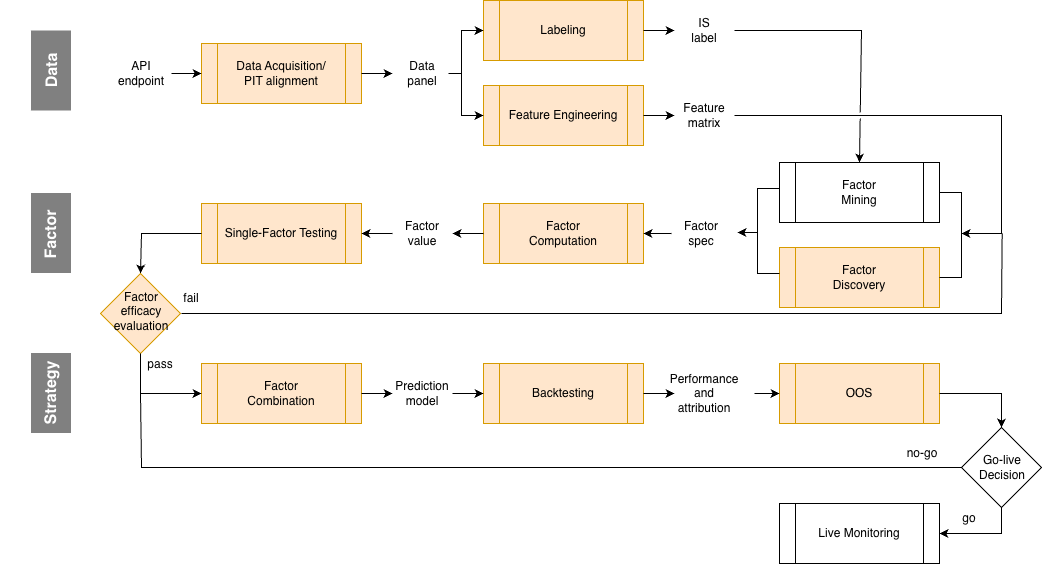
willie8432/Quantitative-Factor-Research keeps this draw.io diagram as tw-5-factor-lab/img/tw-5-factor-lab.png. Above is the earlier version. Source tidied: cells renumbered, new cells last; positions are measured from the earlier drawing's top-left corner, leaving out a move shared by most shapes. Source of this version:
```xml
<mxGraphModel>
  <root>
    <mxCell id="0" />
    <mxCell id="1" parent="0" />
    <mxCell id="2" value="Data Acquisition/&lt;div&gt;PIT alignment&lt;/div&gt;" style="shape=process;whiteSpace=wrap;html=1;backgroundOutline=1;fillColor=#ffe6cc;strokeColor=#d79b00;" parent="1" vertex="1">
      <mxGeometry x="201" y="43" width="160" height="60" as="geometry" />
    </mxCell>
    <mxCell id="3" value="API endpoint" style="text;html=1;whiteSpace=wrap;strokeColor=none;fillColor=none;align=center;verticalAlign=middle;rounded=0;" parent="1" vertex="1">
      <mxGeometry x="111" y="58" width="60" height="30" as="geometry" />
    </mxCell>
    <mxCell id="4" style="endArrow=classic;html=1;rounded=0;exitX=1;exitY=0.5;exitDx=0;exitDy=0;entryX=0;entryY=0.5;entryDx=0;entryDy=0;" parent="1" edge="1" source="3" target="2">
      <mxGeometry relative="1" as="geometry" />
    </mxCell>
    <mxCell id="5" value="Data panel" style="text;html=1;whiteSpace=wrap;strokeColor=none;fillColor=none;align=center;verticalAlign=middle;rounded=0;" parent="1" vertex="1">
      <mxGeometry x="392" y="58" width="60" height="30" as="geometry" />
    </mxCell>
    <mxCell id="6" style="endArrow=classic;html=1;rounded=0;exitX=1;exitY=0.5;exitDx=0;exitDy=0;entryX=0;entryY=0.5;entryDx=0;entryDy=0;" parent="1" edge="1" source="2" target="5">
      <mxGeometry relative="1" as="geometry" />
    </mxCell>
    <mxCell id="7" value="Feature Engineering" style="shape=process;whiteSpace=wrap;html=1;backgroundOutline=1;fillColor=#ffe6cc;strokeColor=#d79b00;" parent="1" vertex="1">
      <mxGeometry x="483" y="85" width="160" height="60" as="geometry" />
    </mxCell>
    <mxCell id="8" value="Feature matrix" style="text;html=1;whiteSpace=wrap;strokeColor=none;fillColor=none;align=center;verticalAlign=middle;rounded=0;" parent="1" vertex="1">
      <mxGeometry x="674" y="100" width="60" height="30" as="geometry" />
    </mxCell>
    <mxCell id="9" style="endArrow=classic;html=1;rounded=0;exitX=1;exitY=0.5;exitDx=0;exitDy=0;entryX=0;entryY=0.5;entryDx=0;entryDy=0;" parent="1" edge="1" source="7" target="8">
      <mxGeometry relative="1" as="geometry" />
    </mxCell>
    <mxCell id="10" value="Factor spec" style="text;html=1;whiteSpace=wrap;strokeColor=none;fillColor=none;align=center;verticalAlign=middle;rounded=0;" parent="1" vertex="1">
      <mxGeometry x="671" y="218" width="60" height="30" as="geometry" />
    </mxCell>
    <mxCell id="11" value="Factor&lt;div&gt;Computation&lt;/div&gt;" style="shape=process;whiteSpace=wrap;html=1;backgroundOutline=1;fillColor=#ffe6cc;strokeColor=#d79b00;" parent="1" vertex="1">
      <mxGeometry x="483" y="203" width="160" height="60" as="geometry" />
    </mxCell>
    <mxCell id="12" value="Factor&lt;div&gt;&lt;span style=&quot;background-color: transparent; color: light-dark(rgb(0, 0, 0), rgb(255, 255, 255));&quot;&gt;Combination&lt;/span&gt;&lt;/div&gt;" style="shape=process;whiteSpace=wrap;html=1;backgroundOutline=1;fillColor=#ffe6cc;strokeColor=#d79b00;" parent="1" vertex="1">
      <mxGeometry x="201" y="363" width="160" height="60" as="geometry" />
    </mxCell>
    <mxCell id="13" value="Prediction&lt;div&gt;model&lt;/div&gt;" style="text;html=1;whiteSpace=wrap;strokeColor=none;fillColor=none;align=center;verticalAlign=middle;rounded=0;" parent="1" vertex="1">
      <mxGeometry x="392" y="378" width="60" height="30" as="geometry" />
    </mxCell>
    <mxCell id="14" style="endArrow=classic;html=1;rounded=0;exitX=1;exitY=0.5;exitDx=0;exitDy=0;entryX=0;entryY=0.5;entryDx=0;entryDy=0;" parent="1" edge="1" source="12" target="13">
      <mxGeometry relative="1" as="geometry" />
    </mxCell>
    <mxCell id="15" value="Backtesting" style="shape=process;whiteSpace=wrap;html=1;backgroundOutline=1;fillColor=#ffe6cc;strokeColor=#d79b00;" parent="1" vertex="1">
      <mxGeometry x="483" y="363" width="160" height="60" as="geometry" />
    </mxCell>
    <mxCell id="16" style="endArrow=classic;html=1;rounded=0;exitX=1;exitY=0.5;exitDx=0;exitDy=0;entryX=0;entryY=0.5;entryDx=0;entryDy=0;" parent="1" edge="1" source="13" target="15">
      <mxGeometry relative="1" as="geometry" />
    </mxCell>
    <mxCell id="17" value="Performance and attribution" style="text;html=1;whiteSpace=wrap;strokeColor=none;fillColor=none;align=center;verticalAlign=middle;rounded=0;" parent="1" vertex="1">
      <mxGeometry x="674" y="378" width="60" height="30" as="geometry" />
    </mxCell>
    <mxCell id="18" style="endArrow=classic;html=1;rounded=0;exitX=1;exitY=0.5;exitDx=0;exitDy=0;entryX=0;entryY=0.5;entryDx=0;entryDy=0;" parent="1" edge="1" source="15" target="17">
      <mxGeometry relative="1" as="geometry" />
    </mxCell>
    <mxCell id="19" value="Labeling" style="shape=process;whiteSpace=wrap;html=1;backgroundOutline=1;fillColor=#ffe6cc;strokeColor=#d79b00;" parent="1" vertex="1">
      <mxGeometry x="483" width="160" height="60" as="geometry" />
    </mxCell>
    <mxCell id="20" value="IS&lt;div&gt;label&lt;/div&gt;" style="text;html=1;whiteSpace=wrap;strokeColor=none;fillColor=none;align=center;verticalAlign=middle;rounded=0;" parent="1" vertex="1">
      <mxGeometry x="674" y="15" width="60" height="30" as="geometry" />
    </mxCell>
    <mxCell id="21" style="endArrow=classic;html=1;rounded=0;entryX=1;entryY=0.5;entryDx=0;entryDy=0;exitX=0;exitY=0.5;exitDx=0;exitDy=0;" parent="1" edge="1" source="10" target="11">
      <mxGeometry relative="1" as="geometry" />
    </mxCell>
    <mxCell id="22" value="Single-Factor Testing" style="shape=process;whiteSpace=wrap;html=1;backgroundOutline=1;fillColor=#ffe6cc;strokeColor=#d79b00;" parent="1" vertex="1">
      <mxGeometry x="201" y="203" width="160" height="60" as="geometry" />
    </mxCell>
    <mxCell id="23" value="OOS" style="shape=process;whiteSpace=wrap;html=1;backgroundOutline=1;fillColor=#ffe6cc;strokeColor=#d79b00;" parent="1" vertex="1">
      <mxGeometry x="779" y="363" width="160" height="60" as="geometry" />
    </mxCell>
    <mxCell id="24" value="Live Monitoring" style="shape=process;whiteSpace=wrap;html=1;backgroundOutline=1;" parent="1" vertex="1">
      <mxGeometry x="779" y="503" width="160" height="60" as="geometry" />
    </mxCell>
    <mxCell id="25" style="endArrow=classic;html=1;rounded=0;entryX=0.5;entryY=0;entryDx=0;entryDy=0;exitX=0;exitY=0.5;exitDx=0;exitDy=0;" parent="1" edge="1" source="22" target="36">
      <mxGeometry relative="1" as="geometry">
        <Array as="points">
          <mxPoint x="141" y="233" />
        </Array>
      </mxGeometry>
    </mxCell>
    <mxCell id="26" value="Factor value" style="text;html=1;whiteSpace=wrap;strokeColor=none;fillColor=none;align=center;verticalAlign=middle;rounded=0;" parent="1" vertex="1">
      <mxGeometry x="392" y="218" width="60" height="30" as="geometry" />
    </mxCell>
    <mxCell id="27" style="endArrow=classic;html=1;rounded=0;entryX=1;entryY=0.5;entryDx=0;entryDy=0;exitX=0;exitY=0.5;exitDx=0;exitDy=0;" parent="1" edge="1" source="11" target="26">
      <mxGeometry relative="1" as="geometry" />
    </mxCell>
    <mxCell id="28" style="endArrow=classic;html=1;rounded=0;entryX=1;entryY=0.5;entryDx=0;entryDy=0;exitX=0;exitY=0.5;exitDx=0;exitDy=0;" parent="1" edge="1" source="26" target="22">
      <mxGeometry relative="1" as="geometry" />
    </mxCell>
    <mxCell id="29" style="endArrow=classic;html=1;rounded=0;entryX=0;entryY=0.5;entryDx=0;entryDy=0;exitX=1;exitY=0.5;exitDx=0;exitDy=0;" parent="1" edge="1" target="23">
      <mxGeometry relative="1" as="geometry">
        <mxPoint x="754" y="393" as="sourcePoint" />
      </mxGeometry>
    </mxCell>
    <mxCell id="30" style="rounded=0;whiteSpace=wrap;html=1;strokeColor=none;fillColor=#808080;" parent="1" vertex="1">
      <mxGeometry x="31" y="30.5" width="40" height="80" as="geometry" />
    </mxCell>
    <mxCell id="31" value="&lt;font style=&quot;color: rgb(255, 255, 255); font-size: 16px;&quot;&gt;&lt;b&gt;Data&lt;/b&gt;&lt;/font&gt;" style="text;html=1;whiteSpace=wrap;strokeColor=none;fillColor=none;align=center;verticalAlign=middle;rounded=0;horizontal=0;" parent="1" vertex="1">
      <mxGeometry x="16" y="13" width="70" height="115" as="geometry" />
    </mxCell>
    <mxCell id="32" style="rounded=0;whiteSpace=wrap;html=1;fillColor=#808080;strokeColor=none;" parent="1" vertex="1">
      <mxGeometry x="31" y="193" width="40" height="80" as="geometry" />
    </mxCell>
    <mxCell id="33" style="rounded=0;whiteSpace=wrap;html=1;fillColor=#808080;strokeColor=none;" parent="1" vertex="1">
      <mxGeometry x="31" y="353" width="40" height="80" as="geometry" />
    </mxCell>
    <mxCell id="34" value="&lt;font style=&quot;font-size: 16px;&quot;&gt;&lt;b&gt;Factor&lt;/b&gt;&lt;/font&gt;" style="text;html=1;whiteSpace=wrap;strokeColor=none;fillColor=none;align=center;verticalAlign=middle;rounded=0;horizontal=0;fontColor=#FFFFFF;" parent="1" vertex="1">
      <mxGeometry y="177" width="100" height="115" as="geometry" />
    </mxCell>
    <mxCell id="35" value="&lt;font style=&quot;color: rgb(255, 255, 255); font-size: 16px;&quot;&gt;&lt;b&gt;Strategy&lt;/b&gt;&lt;/font&gt;" style="text;html=1;whiteSpace=wrap;strokeColor=none;fillColor=none;align=center;verticalAlign=middle;rounded=0;horizontal=0;" parent="1" vertex="1">
      <mxGeometry x="1" y="325.5" width="100" height="135" as="geometry" />
    </mxCell>
    <mxCell id="36" style="rhombus;whiteSpace=wrap;html=1;shapeInside=1;fillColor=#ffe6cc;strokeColor=#d79b00;" parent="1" vertex="1">
      <mxGeometry x="100" y="273" width="80" height="80" as="geometry" />
    </mxCell>
    <mxCell id="37" style="endArrow=classic;html=1;rounded=0;exitX=0.5;exitY=1;exitDx=0;exitDy=0;entryX=0;entryY=0.5;entryDx=0;entryDy=0;" parent="1" edge="1" source="36" target="12">
      <mxGeometry relative="1" as="geometry">
        <Array as="points">
          <mxPoint x="140" y="393" />
        </Array>
      </mxGeometry>
    </mxCell>
    <mxCell id="38" value="pass" style="text;html=1;whiteSpace=wrap;strokeColor=none;fillColor=none;align=center;verticalAlign=middle;rounded=0;" parent="1" vertex="1">
      <mxGeometry x="130" y="349" width="60" height="30" as="geometry" />
    </mxCell>
    <mxCell id="39" value="fail" style="text;html=1;whiteSpace=wrap;strokeColor=none;fillColor=none;align=center;verticalAlign=middle;rounded=0;" parent="1" vertex="1">
      <mxGeometry x="161" y="283" width="60" height="30" as="geometry" />
    </mxCell>
    <mxCell id="40" style="endArrow=classic;html=1;rounded=0;entryX=0;entryY=0.5;entryDx=0;entryDy=0;exitX=0;exitY=0.5;exitDx=0;exitDy=0;startArrow=classic;startFill=1;endFill=1;" parent="1" edge="1" source="7" target="19">
      <mxGeometry relative="1" as="geometry">
        <Array as="points">
          <mxPoint x="461" y="115" />
          <mxPoint x="461" y="30" />
        </Array>
      </mxGeometry>
    </mxCell>
    <mxCell id="41" style="endArrow=none;html=1;rounded=0;exitX=1;exitY=0.5;exitDx=0;exitDy=0;endFill=0;" parent="1" edge="1">
      <mxGeometry relative="1" as="geometry">
        <mxPoint x="448" y="73" as="sourcePoint" />
        <mxPoint x="461" y="73" as="targetPoint" />
      </mxGeometry>
    </mxCell>
    <mxCell id="42" style="endArrow=classic;html=1;rounded=0;entryX=0;entryY=0.5;entryDx=0;entryDy=0;exitX=1;exitY=0.5;exitDx=0;exitDy=0;" parent="1" edge="1" source="19" target="20">
      <mxGeometry relative="1" as="geometry" />
    </mxCell>
    <mxCell id="43" value="Factor&lt;div&gt;Discovery&lt;/div&gt;" style="shape=process;whiteSpace=wrap;html=1;backgroundOutline=1;fillColor=#ffe6cc;strokeColor=#d79b00;" parent="1" vertex="1">
      <mxGeometry x="779" y="247" width="160" height="60" as="geometry" />
    </mxCell>
    <mxCell id="44" value="Factor&lt;div&gt;Mining&lt;/div&gt;" style="shape=process;whiteSpace=wrap;html=1;backgroundOutline=1;" parent="1" vertex="1">
      <mxGeometry x="779" y="162" width="160" height="60" as="geometry" />
    </mxCell>
    <mxCell id="45" style="endArrow=none;html=1;rounded=0;entryX=0;entryY=0.5;entryDx=0;entryDy=0;exitX=0;exitY=0.5;exitDx=0;exitDy=0;startArrow=none;startFill=0;endFill=0;" parent="1" edge="1">
      <mxGeometry relative="1" as="geometry">
        <mxPoint x="779" y="273" as="sourcePoint" />
        <mxPoint x="779" y="188" as="targetPoint" />
        <Array as="points">
          <mxPoint x="757" y="273" />
          <mxPoint x="757" y="188" />
        </Array>
      </mxGeometry>
    </mxCell>
    <mxCell id="46" style="endArrow=classic;html=1;rounded=0;entryX=1;entryY=0.5;entryDx=0;entryDy=0;" parent="1" edge="1">
      <mxGeometry relative="1" as="geometry">
        <mxPoint x="757" y="232" as="sourcePoint" />
        <mxPoint x="737" y="232" as="targetPoint" />
      </mxGeometry>
    </mxCell>
    <mxCell id="47" style="endArrow=none;html=1;rounded=0;entryX=1;entryY=0.5;entryDx=0;entryDy=0;exitX=1;exitY=0.5;exitDx=0;exitDy=0;" parent="1" edge="1" source="43" target="44">
      <mxGeometry relative="1" as="geometry">
        <Array as="points">
          <mxPoint x="961" y="277" />
          <mxPoint x="961" y="192" />
        </Array>
      </mxGeometry>
    </mxCell>
    <mxCell id="48" style="endArrow=classic;html=1;rounded=0;exitX=1;exitY=0.5;exitDx=0;exitDy=0;" parent="1" edge="1" source="8">
      <mxGeometry relative="1" as="geometry">
        <mxPoint x="961" y="233" as="targetPoint" />
        <Array as="points">
          <mxPoint x="1001" y="115" />
          <mxPoint x="1001" y="233" />
        </Array>
      </mxGeometry>
    </mxCell>
    <mxCell id="49" style="endArrow=classic;html=1;rounded=0;entryX=0.5;entryY=0;entryDx=0;entryDy=0;exitX=1;exitY=0.5;exitDx=0;exitDy=0;jumpStyle=gap;" parent="1" edge="1" source="20" target="44">
      <mxGeometry relative="1" as="geometry">
        <Array as="points">
          <mxPoint x="861" y="30" />
        </Array>
      </mxGeometry>
    </mxCell>
    <mxCell id="50" style="endArrow=none;html=1;rounded=0;endFill=0;" parent="1" edge="1">
      <mxGeometry relative="1" as="geometry">
        <mxPoint x="181" y="313" as="sourcePoint" />
        <mxPoint x="1001.7" y="233" as="targetPoint" />
        <Array as="points">
          <mxPoint x="1001" y="313" />
        </Array>
      </mxGeometry>
    </mxCell>
    <mxCell id="51" style="rhombus;whiteSpace=wrap;html=1;shapeInside=1;" parent="1" vertex="1">
      <mxGeometry x="961" y="427" width="80" height="80" as="geometry" />
    </mxCell>
    <mxCell id="52" value="Go-live Decision" style="text;html=1;whiteSpace=wrap;strokeColor=none;fillColor=none;align=center;verticalAlign=middle;rounded=0;" parent="1" vertex="1">
      <mxGeometry x="972" y="452" width="60" height="30" as="geometry" />
    </mxCell>
    <mxCell id="53" style="endArrow=classic;html=1;rounded=0;exitX=0.5;exitY=1;exitDx=0;exitDy=0;entryX=1;entryY=0.5;entryDx=0;entryDy=0;" parent="1" edge="1" source="51" target="24">
      <mxGeometry relative="1" as="geometry">
        <Array as="points">
          <mxPoint x="1001" y="533" />
        </Array>
      </mxGeometry>
    </mxCell>
    <mxCell id="54" style="endArrow=classic;html=1;rounded=0;entryX=0.5;entryY=0;entryDx=0;entryDy=0;exitX=1;exitY=0.5;exitDx=0;exitDy=0;" parent="1" edge="1" source="23" target="51">
      <mxGeometry relative="1" as="geometry">
        <Array as="points">
          <mxPoint x="1001" y="393" />
        </Array>
      </mxGeometry>
    </mxCell>
    <mxCell id="55" style="endArrow=none;html=1;rounded=0;exitX=0;exitY=0.5;exitDx=0;exitDy=0;" parent="1" edge="1" source="51">
      <mxGeometry relative="1" as="geometry">
        <mxPoint x="140" y="393" as="targetPoint" />
        <Array as="points">
          <mxPoint x="141" y="467" />
        </Array>
      </mxGeometry>
    </mxCell>
    <mxCell id="56" value="no-go" style="text;html=1;whiteSpace=wrap;strokeColor=none;fillColor=none;align=center;verticalAlign=middle;rounded=0;" parent="1" vertex="1">
      <mxGeometry x="892" y="438" width="60" height="30" as="geometry" />
    </mxCell>
    <mxCell id="57" value="go" style="text;html=1;whiteSpace=wrap;strokeColor=none;fillColor=none;align=center;verticalAlign=middle;rounded=0;" parent="1" vertex="1">
      <mxGeometry x="939" y="503" width="60" height="30" as="geometry" />
    </mxCell>
    <mxCell id="58" value="Factor efficacy evaluation" style="text;html=1;whiteSpace=wrap;strokeColor=none;fillColor=none;align=center;verticalAlign=middle;rounded=0;" parent="1" vertex="1">
      <mxGeometry x="111" y="296" width="60" height="30" as="geometry" />
    </mxCell>
  </root>
</mxGraphModel>
```
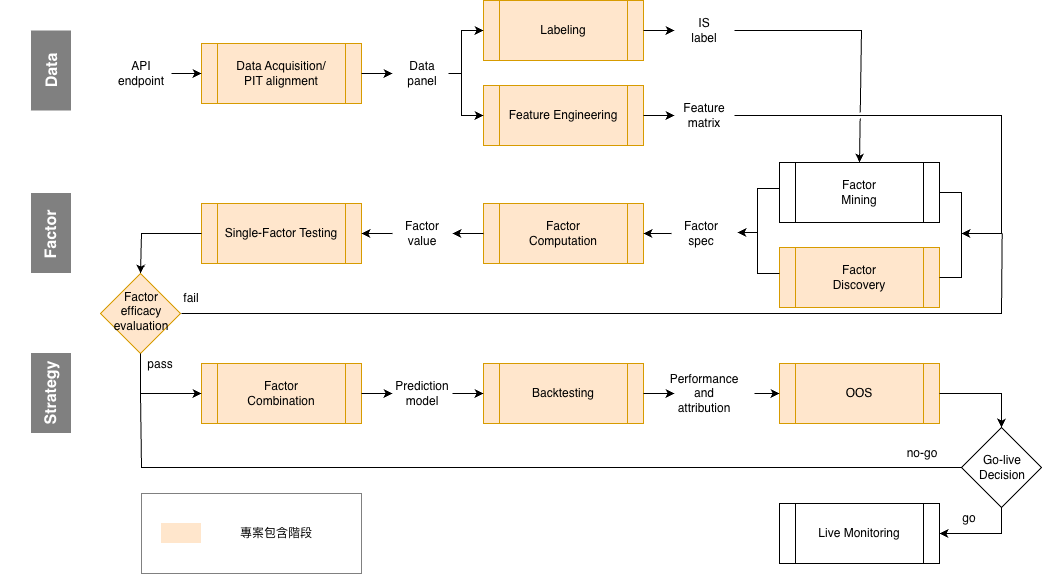
Above is the later version.

Commit message:
Add stage legend to LLM and TW lab pipeline diagrams

What changed in the source:
```diff
@@ -235,5 +235,14 @@
     <mxCell id="58" value="Factor efficacy evaluation" style="text;html=1;whiteSpace=wrap;strokeColor=none;fillColor=none;align=center;verticalAlign=middle;rounded=0;" parent="1" vertex="1">
       <mxGeometry x="111" y="296" width="60" height="30" as="geometry" />
     </mxCell>
+    <mxCell id="59" style="rounded=0;whiteSpace=wrap;html=1;fillColor=none;strokeColor=#808080;strokeWidth=1;" parent="1" vertex="1">
+      <mxGeometry x="141" y="493" width="220" height="80" as="geometry" />
+    </mxCell>
+    <mxCell id="60" style="rounded=0;whiteSpace=wrap;html=1;fillColor=#FFE6CC;strokeColor=none;" parent="1" vertex="1">
+      <mxGeometry x="161" y="523" width="40" height="20" as="geometry" />
+    </mxCell>
+    <mxCell id="61" value="專案包含階段" style="text;html=1;whiteSpace=wrap;strokeColor=none;fillColor=none;align=center;verticalAlign=middle;rounded=0;" parent="1" vertex="1">
+      <mxGeometry x="221" y="518" width="110" height="30" as="geometry" />
+    </mxCell>
   </root>
 </mxGraphModel>
```
